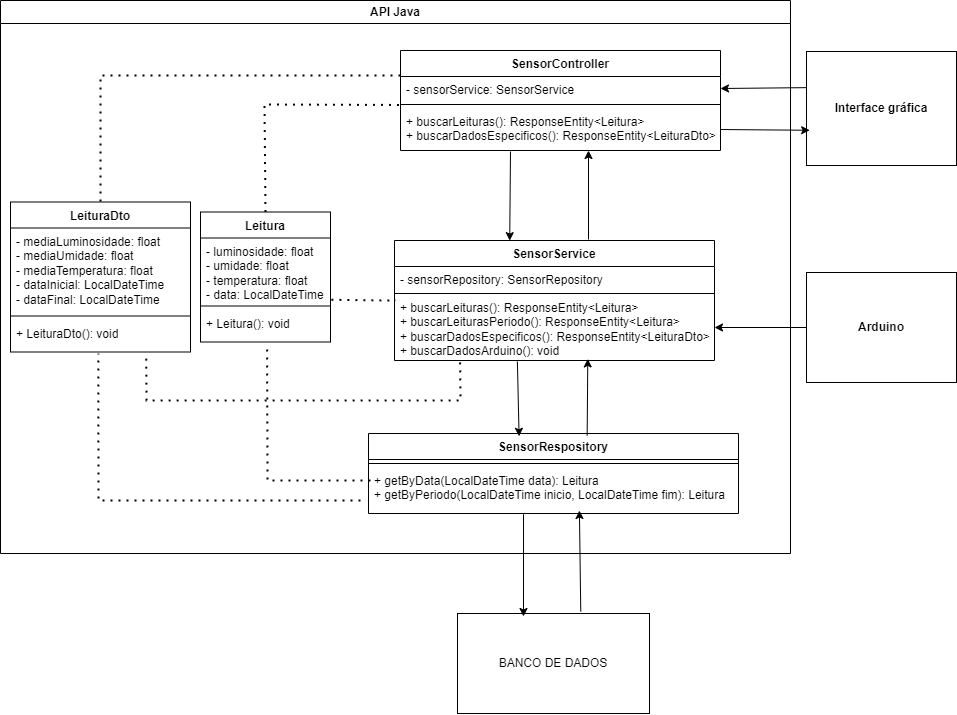
The draw.io diagram resources/diagrama_api_java.png in arieljorge/lut-sensor, before a commit. Source tidied: cells renumbered, new cells last; positions are measured from the earlier drawing's top-left corner, leaving out a move shared by most shapes. The source it was exported from:
```xml
<mxGraphModel>
  <root>
    <mxCell id="0" />
    <mxCell id="1" parent="0" />
    <mxCell id="2" value="BANCO DE DADOS" style="rounded=0;whiteSpace=wrap;html=1;" parent="1" vertex="1">
      <mxGeometry x="457" y="613" width="192" height="100" as="geometry" />
    </mxCell>
    <mxCell id="3" value="&lt;b&gt;Interface gráfica&lt;/b&gt;" style="rounded=0;whiteSpace=wrap;html=1;" parent="1" vertex="1">
      <mxGeometry x="806" y="51" width="150" height="114" as="geometry" />
    </mxCell>
    <mxCell id="4" value="&lt;b&gt;Arduino&lt;/b&gt;" style="rounded=0;whiteSpace=wrap;html=1;" parent="1" vertex="1">
      <mxGeometry x="806" y="272" width="150" height="110" as="geometry" />
    </mxCell>
    <mxCell id="5" value="API&lt;span style=&quot;background-color: transparent; color: light-dark(rgb(0, 0, 0), rgb(255, 255, 255));&quot;&gt;&amp;nbsp;Java&lt;/span&gt;" style="swimlane;whiteSpace=wrap;html=1;" parent="1" vertex="1">
      <mxGeometry width="790" height="553" as="geometry" />
    </mxCell>
    <mxCell id="6" value="SensorController" style="swimlane;fontStyle=1;align=center;verticalAlign=top;horizontal=1;startSize=26;whiteSpace=wrap;html=1;" parent="5" vertex="1">
      <mxGeometry x="400" y="50" width="320" height="100" as="geometry" />
    </mxCell>
    <mxCell id="7" value="&lt;div&gt;- sensorService: SensorService&lt;/div&gt;" style="text;strokeColor=none;fillColor=none;align=left;verticalAlign=top;spacingLeft=4;spacingRight=4;overflow=hidden;points=[[0,0.5],[1,0.5]];portConstraint=eastwest;whiteSpace=wrap;html=1;" parent="6" vertex="1">
      <mxGeometry y="26" width="320" height="24" as="geometry" />
    </mxCell>
    <mxCell id="8" style="line;strokeWidth=1;fillColor=none;align=left;verticalAlign=middle;spacingTop=-1;spacingLeft=3;spacingRight=3;labelPosition=right;strokeColor=inherit;" parent="6" vertex="1">
      <mxGeometry y="50" width="320" height="8" as="geometry" />
    </mxCell>
    <mxCell id="9" value="+ buscarLeituras(): ResponseEntity&amp;lt;Leitura&amp;gt;&lt;div&gt;+ buscarDadosEspecificos(): ResponseEntity&amp;lt;LeituraDto&amp;gt;&lt;/div&gt;" style="text;strokeColor=none;fillColor=none;align=left;verticalAlign=top;spacingLeft=4;spacingRight=4;overflow=hidden;points=[[0,0.5],[1,0.5]];portConstraint=eastwest;whiteSpace=wrap;html=1;" parent="6" vertex="1">
      <mxGeometry y="58" width="320" height="42" as="geometry" />
    </mxCell>
    <mxCell id="10" value="SensorRespository&lt;div&gt;&lt;br&gt;&lt;/div&gt;" style="swimlane;fontStyle=1;align=center;verticalAlign=top;horizontal=1;startSize=26;whiteSpace=wrap;html=1;" parent="5" vertex="1">
      <mxGeometry x="368" y="433" width="370" height="80" as="geometry" />
    </mxCell>
    <mxCell id="11" style="line;strokeWidth=1;fillColor=none;align=left;verticalAlign=middle;spacingTop=-1;spacingLeft=3;spacingRight=3;labelPosition=right;strokeColor=inherit;" parent="10" vertex="1">
      <mxGeometry y="26" width="370" height="8" as="geometry" />
    </mxCell>
    <mxCell id="12" value="+ getByData(LocalDateTime data): Leitura&lt;div&gt;+ getByPeriodo(LocalDateTime inicio, LocalDateTime fim): Leitura&lt;/div&gt;" style="text;strokeColor=none;fillColor=none;align=left;verticalAlign=top;spacingLeft=4;spacingRight=4;overflow=hidden;points=[[0,0.5],[1,0.5]];portConstraint=eastwest;whiteSpace=wrap;html=1;" parent="10" vertex="1">
      <mxGeometry y="34" width="370" height="46" as="geometry" />
    </mxCell>
    <mxCell id="13" value="SensorService" style="swimlane;fontStyle=1;align=center;verticalAlign=top;horizontal=1;startSize=26;whiteSpace=wrap;html=1;" parent="5" vertex="1">
      <mxGeometry x="394" y="240" width="320" height="120" as="geometry" />
    </mxCell>
    <mxCell id="14" value="- sensorRepository: SensorRepository" style="text;strokeColor=none;fillColor=none;align=left;verticalAlign=top;spacingLeft=4;spacingRight=4;overflow=hidden;whiteSpace=wrap;html=1;" parent="13" vertex="1">
      <mxGeometry y="26" width="320" height="26" as="geometry" />
    </mxCell>
    <mxCell id="15" style="line;strokeWidth=1;fillColor=none;align=left;verticalAlign=middle;spacingTop=-1;spacingLeft=3;spacingRight=3;labelPosition=right;strokeColor=inherit;" parent="13" vertex="1">
      <mxGeometry y="52" width="320" height="2" as="geometry" />
    </mxCell>
    <mxCell id="16" value="+ buscarLeituras(): ResponseEntity&amp;lt;Leitura&amp;gt;&lt;div&gt;+ buscarLeiturasPeriodo(): ResponseEntity&amp;lt;Leitura&amp;gt;&lt;/div&gt;&lt;div&gt;+ buscarDadosEspecificos(): ResponseEntity&amp;lt;LeituraDto&amp;gt;&lt;/div&gt;&lt;div&gt;+ buscarDadosArduino(): void&lt;/div&gt;" style="text;strokeColor=none;fillColor=none;align=left;verticalAlign=top;spacingLeft=4;spacingRight=4;overflow=hidden;points=[[0,0.5],[1,0.5]];portConstraint=eastwest;whiteSpace=wrap;html=1;" parent="13" vertex="1">
      <mxGeometry y="54" width="320" height="66" as="geometry" />
    </mxCell>
    <mxCell id="17" style="html=1;rounded=0;" parent="5" edge="1">
      <mxGeometry relative="1" as="geometry">
        <mxPoint x="588" y="239" as="sourcePoint" />
        <mxPoint x="588" y="150" as="targetPoint" />
      </mxGeometry>
    </mxCell>
    <mxCell id="18" style="endArrow=classic;html=1;rounded=0;entryX=0.36;entryY=0.001;entryDx=0;entryDy=0;entryPerimeter=0;" parent="5" edge="1" target="13">
      <mxGeometry relative="1" as="geometry">
        <mxPoint x="510" y="151" as="sourcePoint" />
      </mxGeometry>
    </mxCell>
    <mxCell id="19" value="Leitura" style="swimlane;fontStyle=1;align=center;verticalAlign=top;horizontal=1;startSize=26;whiteSpace=wrap;html=1;" parent="5" vertex="1">
      <mxGeometry x="200" y="211.5" width="130" height="130" as="geometry" />
    </mxCell>
    <mxCell id="20" value="- luminosidade: float&lt;div&gt;- umidade: float&lt;/div&gt;&lt;div&gt;- temperatura: float&lt;/div&gt;&lt;div&gt;- data: LocalDateTime&lt;/div&gt;" style="text;strokeColor=none;fillColor=none;align=left;verticalAlign=top;spacingLeft=4;spacingRight=4;overflow=hidden;points=[[0,0.5],[1,0.5]];portConstraint=eastwest;whiteSpace=wrap;html=1;" parent="19" vertex="1">
      <mxGeometry y="26" width="130" height="64" as="geometry" />
    </mxCell>
    <mxCell id="21" style="line;strokeWidth=1;fillColor=none;align=left;verticalAlign=middle;spacingTop=-1;spacingLeft=3;spacingRight=3;labelPosition=right;strokeColor=inherit;" parent="19" vertex="1">
      <mxGeometry y="90" width="130" height="8" as="geometry" />
    </mxCell>
    <mxCell id="22" value="&lt;div&gt;+ Leitura(): void&lt;/div&gt;" style="text;strokeColor=none;fillColor=none;align=left;verticalAlign=top;spacingLeft=4;spacingRight=4;overflow=hidden;points=[[0,0.5],[1,0.5]];portConstraint=eastwest;whiteSpace=wrap;html=1;" parent="19" vertex="1">
      <mxGeometry y="98" width="130" height="32" as="geometry" />
    </mxCell>
    <mxCell id="23" style="endArrow=none;dashed=1;html=1;dashPattern=1 3;strokeWidth=2;rounded=0;entryX=0.512;entryY=1.093;entryDx=0;entryDy=0;entryPerimeter=0;" parent="5" edge="1" target="22">
      <mxGeometry relative="1" as="geometry">
        <mxPoint x="370" y="480" as="sourcePoint" />
        <Array as="points">
          <mxPoint x="350" y="480" />
          <mxPoint x="267" y="480" />
        </Array>
      </mxGeometry>
    </mxCell>
    <mxCell id="24" style="endArrow=none;dashed=1;html=1;dashPattern=1 3;strokeWidth=2;rounded=0;entryX=-0.004;entryY=-0.084;entryDx=0;entryDy=0;exitX=0.5;exitY=0;exitDx=0;exitDy=0;entryPerimeter=0;" parent="5" edge="1" source="19" target="9">
      <mxGeometry relative="1" as="geometry">
        <Array as="points">
          <mxPoint x="264" y="104" />
        </Array>
      </mxGeometry>
    </mxCell>
    <mxCell id="25" style="endArrow=classic;html=1;rounded=0;entryX=0.407;entryY=0.035;entryDx=0;entryDy=0;entryPerimeter=0;exitX=0.384;exitY=1.015;exitDx=0;exitDy=0;exitPerimeter=0;" parent="5" edge="1" source="16" target="10">
      <mxGeometry relative="1" as="geometry" />
    </mxCell>
    <mxCell id="26" style="endArrow=classic;html=1;rounded=0;entryX=0.604;entryY=0.976;entryDx=0;entryDy=0;entryPerimeter=0;exitX=0.591;exitY=0.024;exitDx=0;exitDy=0;exitPerimeter=0;" parent="5" edge="1" source="10" target="16">
      <mxGeometry relative="1" as="geometry" />
    </mxCell>
    <mxCell id="27" value="LeituraDto" style="swimlane;fontStyle=1;align=center;verticalAlign=top;horizontal=1;startSize=26;whiteSpace=wrap;html=1;" parent="5" vertex="1">
      <mxGeometry x="10" y="201.5" width="180" height="150" as="geometry" />
    </mxCell>
    <mxCell id="28" value="- mediaLuminosidade: float&lt;div&gt;- mediaUmidade: float&lt;/div&gt;&lt;div&gt;- mediaTemperatura: float&lt;/div&gt;&lt;div&gt;- dataInicial: LocalDateTime&lt;/div&gt;&lt;div&gt;- dataFinal: LocalDateTime&lt;/div&gt;" style="text;strokeColor=none;fillColor=none;align=left;verticalAlign=top;spacingLeft=4;spacingRight=4;overflow=hidden;whiteSpace=wrap;html=1;" parent="27" vertex="1">
      <mxGeometry y="26" width="180" height="84" as="geometry" />
    </mxCell>
    <mxCell id="29" style="line;strokeWidth=1;fillColor=none;align=left;verticalAlign=middle;spacingTop=-1;spacingLeft=3;spacingRight=3;labelPosition=right;strokeColor=inherit;" parent="27" vertex="1">
      <mxGeometry y="110" width="180" height="8" as="geometry" />
    </mxCell>
    <mxCell id="30" value="&lt;div&gt;+ LeituraDto(): void&lt;/div&gt;" style="text;strokeColor=none;fillColor=none;align=left;verticalAlign=top;spacingLeft=4;spacingRight=4;overflow=hidden;points=[[0,0.5],[1,0.5]];portConstraint=eastwest;whiteSpace=wrap;html=1;" parent="27" vertex="1">
      <mxGeometry y="118" width="180" height="32" as="geometry" />
    </mxCell>
    <mxCell id="31" style="endArrow=none;dashed=1;html=1;dashPattern=1 3;strokeWidth=2;rounded=0;entryX=0.5;entryY=0;entryDx=0;entryDy=0;exitX=0;exitY=0.25;exitDx=0;exitDy=0;" parent="5" edge="1" source="6" target="27">
      <mxGeometry relative="1" as="geometry">
        <Array as="points">
          <mxPoint x="100" y="75" />
        </Array>
      </mxGeometry>
    </mxCell>
    <mxCell id="32" style="endArrow=none;dashed=1;html=1;dashPattern=1 3;strokeWidth=2;rounded=0;exitX=1.007;exitY=0.965;exitDx=0;exitDy=0;exitPerimeter=0;entryX=0.004;entryY=0.093;entryDx=0;entryDy=0;entryPerimeter=0;" parent="5" edge="1" source="20" target="16">
      <mxGeometry relative="1" as="geometry" />
    </mxCell>
    <mxCell id="33" style="endArrow=none;dashed=1;html=1;dashPattern=1 3;strokeWidth=2;rounded=0;entryX=0.488;entryY=1.052;entryDx=0;entryDy=0;entryPerimeter=0;" parent="5" edge="1" target="30">
      <mxGeometry relative="1" as="geometry">
        <mxPoint x="360" y="500" as="sourcePoint" />
        <Array as="points">
          <mxPoint x="98" y="500" />
        </Array>
      </mxGeometry>
    </mxCell>
    <mxCell id="34" style="endArrow=none;dashed=1;html=1;dashPattern=1 3;strokeWidth=2;rounded=0;entryX=0.754;entryY=1.052;entryDx=0;entryDy=0;entryPerimeter=0;exitX=0.205;exitY=1.028;exitDx=0;exitDy=0;exitPerimeter=0;" parent="5" edge="1" source="16" target="30">
      <mxGeometry relative="1" as="geometry">
        <Array as="points">
          <mxPoint x="460" y="400" />
          <mxPoint x="146" y="400" />
        </Array>
      </mxGeometry>
    </mxCell>
    <mxCell id="35" style="endArrow=classic;html=1;rounded=0;exitX=-0.003;exitY=0.317;exitDx=0;exitDy=0;exitPerimeter=0;entryX=1;entryY=0.5;entryDx=0;entryDy=0;" parent="1" edge="1" source="3" target="7">
      <mxGeometry relative="1" as="geometry" />
    </mxCell>
    <mxCell id="36" style="endArrow=classic;html=1;rounded=0;entryX=0.021;entryY=0.691;entryDx=0;entryDy=0;exitX=1;exitY=0.5;exitDx=0;exitDy=0;entryPerimeter=0;" parent="1" edge="1" source="9" target="3">
      <mxGeometry relative="1" as="geometry" />
    </mxCell>
    <mxCell id="37" style="endArrow=classic;html=1;rounded=0;exitX=0.642;exitY=-0.02;exitDx=0;exitDy=0;exitPerimeter=0;entryX=0.57;entryY=0.935;entryDx=0;entryDy=0;entryPerimeter=0;" parent="1" edge="1" source="2" target="12">
      <mxGeometry relative="1" as="geometry" />
    </mxCell>
    <mxCell id="38" style="endArrow=classic;html=1;rounded=0;exitX=0.419;exitY=1.016;exitDx=0;exitDy=0;exitPerimeter=0;" parent="1" edge="1" source="12">
      <mxGeometry relative="1" as="geometry">
        <mxPoint x="523" y="616" as="targetPoint" />
      </mxGeometry>
    </mxCell>
    <mxCell id="39" style="endArrow=classic;html=1;rounded=0;entryX=1;entryY=0.5;entryDx=0;entryDy=0;" parent="1" edge="1" source="4" target="16">
      <mxGeometry relative="1" as="geometry" />
    </mxCell>
  </root>
</mxGraphModel>
```
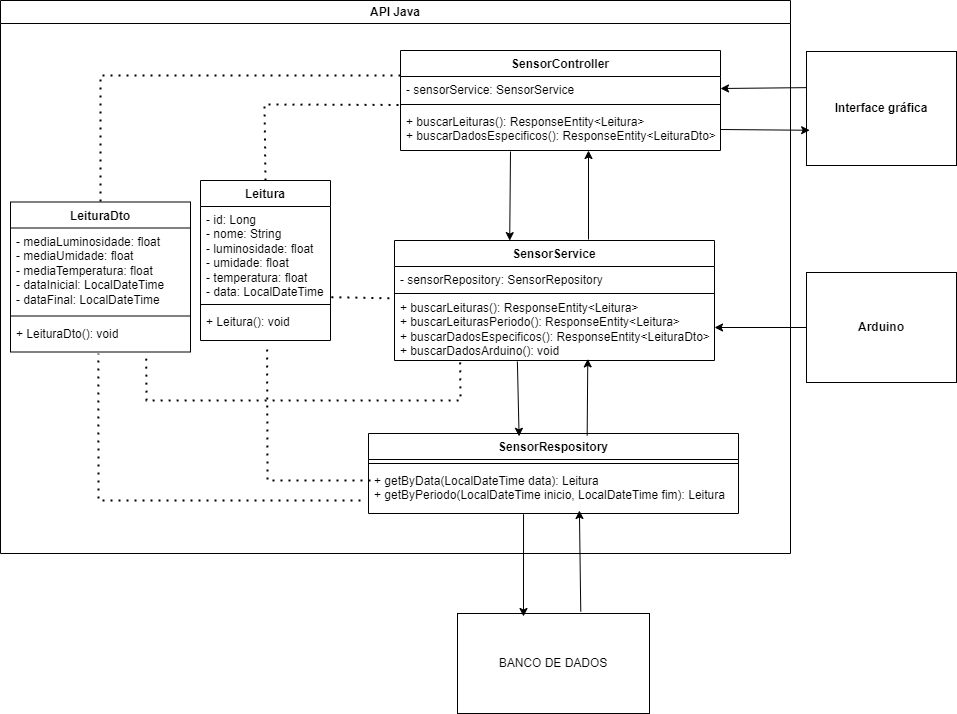
The same file after the commit.

Commit message:
pequena mudanca no diagrama, adicionando nome e id

The edit, as a diff of the source:
```diff
@@ -59,16 +59,16 @@
       </mxGeometry>
     </mxCell>
     <mxCell id="19" value="Leitura" style="swimlane;fontStyle=1;align=center;verticalAlign=top;horizontal=1;startSize=26;whiteSpace=wrap;html=1;" parent="5" vertex="1">
-      <mxGeometry x="200" y="211.5" width="130" height="130" as="geometry" />
+      <mxGeometry x="200" y="180" width="130" height="160" as="geometry" />
     </mxCell>
-    <mxCell id="20" value="- luminosidade: float&lt;div&gt;- umidade: float&lt;/div&gt;&lt;div&gt;- temperatura: float&lt;/div&gt;&lt;div&gt;- data: LocalDateTime&lt;/div&gt;" style="text;strokeColor=none;fillColor=none;align=left;verticalAlign=top;spacingLeft=4;spacingRight=4;overflow=hidden;points=[[0,0.5],[1,0.5]];portConstraint=eastwest;whiteSpace=wrap;html=1;" parent="19" vertex="1">
-      <mxGeometry y="26" width="130" height="64" as="geometry" />
+    <mxCell id="20" value="&lt;div&gt;- id: Long&lt;/div&gt;&lt;div&gt;- nome: String&lt;/div&gt;- luminosidade: float&lt;div&gt;- umidade: float&lt;/div&gt;&lt;div&gt;- temperatura: float&lt;/div&gt;&lt;div&gt;- data: LocalDateTime&lt;/div&gt;" style="text;strokeColor=none;fillColor=none;align=left;verticalAlign=top;spacingLeft=4;spacingRight=4;overflow=hidden;points=[[0,0.5],[1,0.5]];portConstraint=eastwest;whiteSpace=wrap;html=1;" parent="19" vertex="1">
+      <mxGeometry y="26" width="130" height="94" as="geometry" />
     </mxCell>
     <mxCell id="21" style="line;strokeWidth=1;fillColor=none;align=left;verticalAlign=middle;spacingTop=-1;spacingLeft=3;spacingRight=3;labelPosition=right;strokeColor=inherit;" parent="19" vertex="1">
-      <mxGeometry y="90" width="130" height="8" as="geometry" />
+      <mxGeometry y="120" width="130" height="8" as="geometry" />
     </mxCell>
     <mxCell id="22" value="&lt;div&gt;+ Leitura(): void&lt;/div&gt;" style="text;strokeColor=none;fillColor=none;align=left;verticalAlign=top;spacingLeft=4;spacingRight=4;overflow=hidden;points=[[0,0.5],[1,0.5]];portConstraint=eastwest;whiteSpace=wrap;html=1;" parent="19" vertex="1">
-      <mxGeometry y="98" width="130" height="32" as="geometry" />
+      <mxGeometry y="128" width="130" height="32" as="geometry" />
     </mxCell>
     <mxCell id="23" style="endArrow=none;dashed=1;html=1;dashPattern=1 3;strokeWidth=2;rounded=0;entryX=0.512;entryY=1.093;entryDx=0;entryDy=0;entryPerimeter=0;" parent="5" edge="1" target="22">
       <mxGeometry relative="1" as="geometry">
@@ -111,7 +111,7 @@
         </Array>
       </mxGeometry>
     </mxCell>
-    <mxCell id="32" style="endArrow=none;dashed=1;html=1;dashPattern=1 3;strokeWidth=2;rounded=0;exitX=1.007;exitY=0.965;exitDx=0;exitDy=0;exitPerimeter=0;entryX=0.004;entryY=0.093;entryDx=0;entryDy=0;entryPerimeter=0;" parent="5" edge="1" source="20" target="16">
+    <mxCell id="32" style="endArrow=none;dashed=1;html=1;dashPattern=1 3;strokeWidth=2;rounded=0;exitX=1.007;exitY=0.965;exitDx=0;exitDy=0;exitPerimeter=0;entryX=-0.006;entryY=0.058;entryDx=0;entryDy=0;entryPerimeter=0;" parent="5" edge="1" source="20" target="16">
       <mxGeometry relative="1" as="geometry" />
     </mxCell>
     <mxCell id="33" style="endArrow=none;dashed=1;html=1;dashPattern=1 3;strokeWidth=2;rounded=0;entryX=0.488;entryY=1.052;entryDx=0;entryDy=0;entryPerimeter=0;" parent="5" edge="1" target="30">
```
